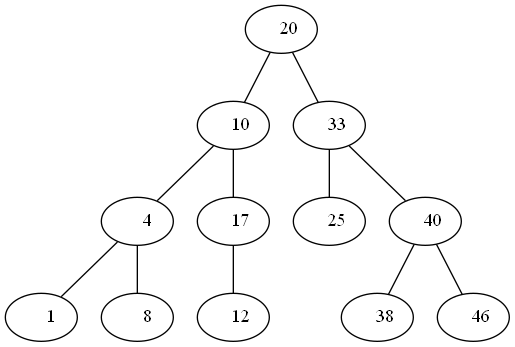
Above: EDD_F2/avl.png in Samashoas/EDD_PROYECTO_202109705 (Graphviz), before the change. Its source is kept beside it as EDD_F2/avl.dot. Source of this version:
```dot
graph{
     1 [label="   20"];
     1 --     3;
     1 --     9;
     3 [label="   10"];
     3 --     4;
     3 --    11;
     4 [label="    4"];
     4 --     2;
     4 --     8;
     2 [label="    1"];
     8 [label="    8"];
    11 [label="   17"];
    11 --    12;
    12 [label="   12"];
     9 [label="   33"];
     9 --     5;
     9 --     6;
     5 [label="   25"];
     6 [label="   40"];
     6 --    10;
     6 --     7;
    10 [label="   38"];
     7 [label="   46"];
}
```
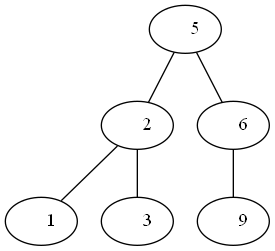
After the change.

Change to the diagram source:
```diff
@@ -1,25 +1,13 @@
 graph{
-     1 [label="   20"];
-     1 --     3;
-     1 --     9;
-     3 [label="   10"];
-     3 --     4;
-     3 --    11;
-     4 [label="    4"];
+     4 [label="    5"];
      4 --     2;
-     4 --     8;
-     2 [label="    1"];
-     8 [label="    8"];
-    11 [label="   17"];
-    11 --    12;
-    12 [label="   12"];
-     9 [label="   33"];
-     9 --     5;
-     9 --     6;
-     5 [label="   25"];
-     6 [label="   40"];
-     6 --    10;
-     6 --     7;
-    10 [label="   38"];
-     7 [label="   46"];
+     4 --     5;
+     2 [label="    2"];
+     2 --     1;
+     2 --     3;
+     1 [label="    1"];
+     3 [label="    3"];
+     5 [label="    6"];
+     5 --     6;
+     6 [label="    9"];
 }
```
